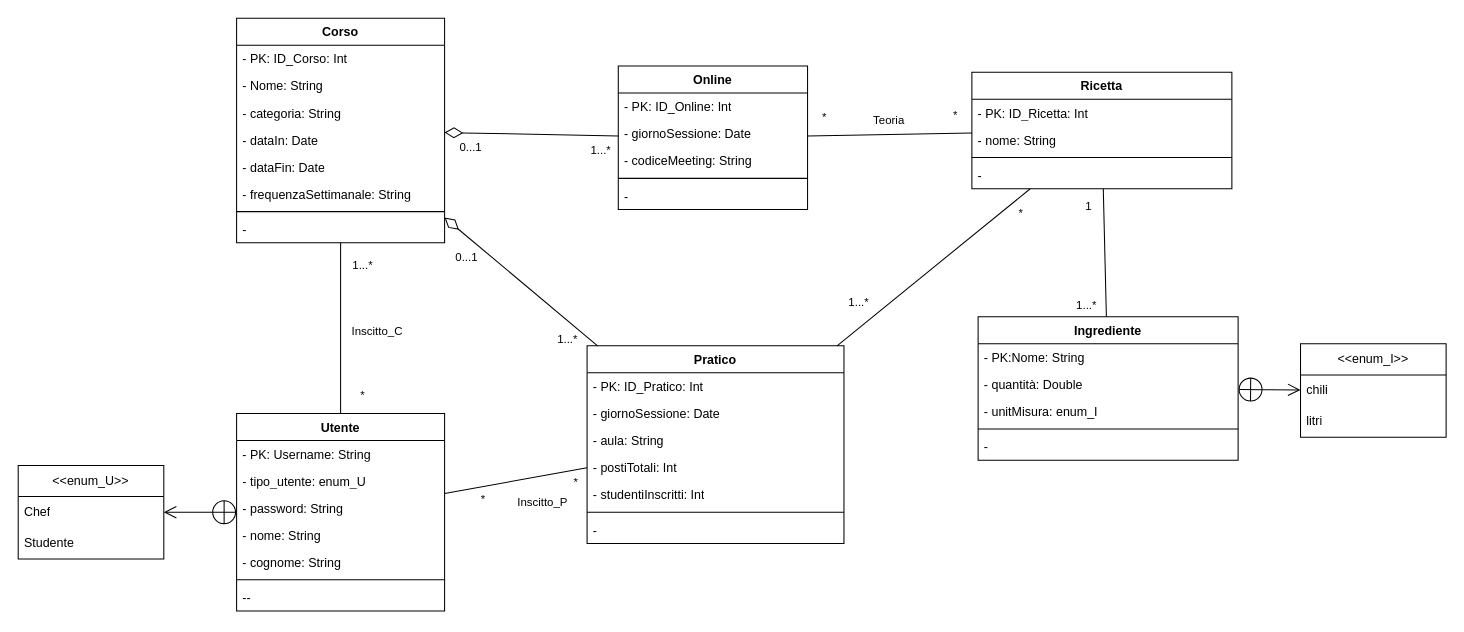
Above: page "umlRistrutturato" (3 of 4) of bdd/uml/UML1.drawio in MetisWastaken/UninaFoodLab (draw.io), before the change. Source tidied: cells renumbered, new cells numbered last; positions are measured from the earlier drawing's top-left corner, leaving out a move shared by most shapes. Both pictures are drawn from the tidied source at 104%, with x=0, y=0 at pixel (18, 18).
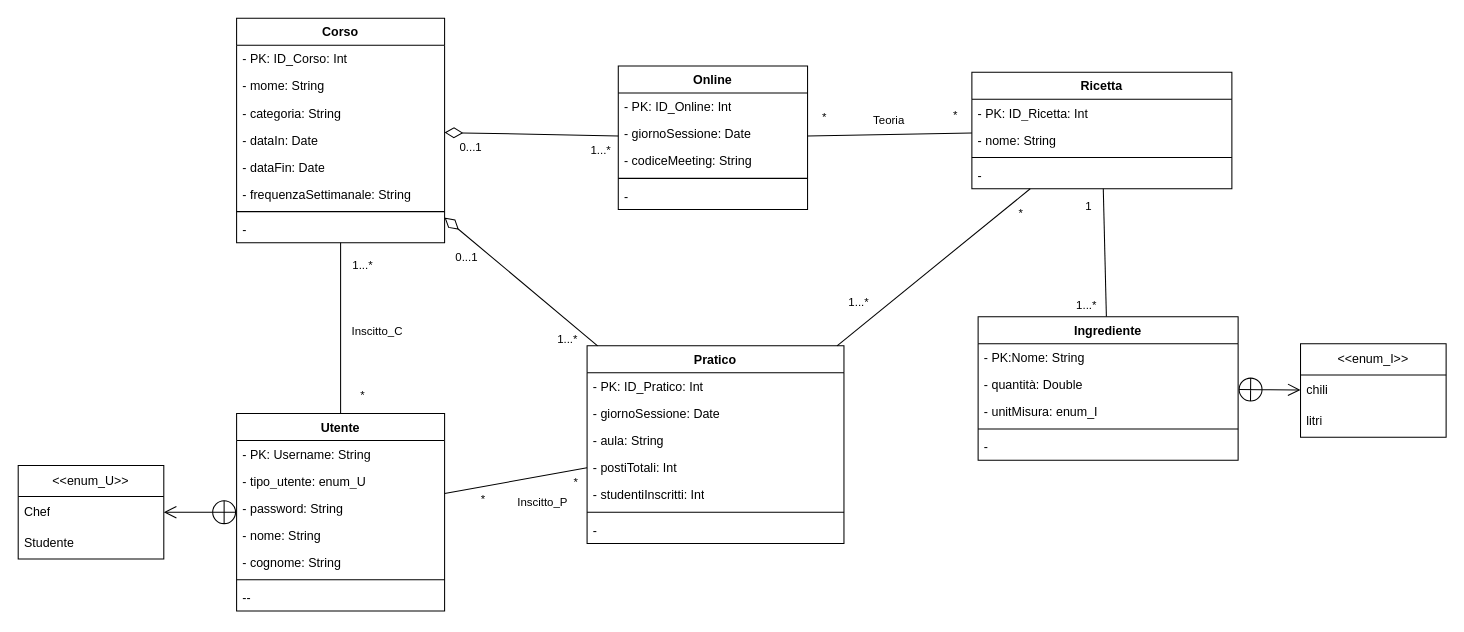
The same diagram, later.

Unchanged cells that the change refers to:
```xml
<mxCell id="2" value="Corso" style="swimlane;align=center;verticalAlign=top;horizontal=1;startSize=26;whiteSpace=wrap;html=1;" parent="1" vertex="1">
  <mxGeometry x="210" width="200" height="216" as="geometry" />
</mxCell>
```

Change to the diagram source:
```diff
@@
-    <mxCell id="4" value="- Nome: String" style="text;strokeColor=none;fillColor=none;align=left;verticalAlign=top;spacingLeft=4;spacingRight=4;overflow=hidden;whiteSpace=wrap;html=1;" parent="2" vertex="1">
+    <mxCell id="4" value="- mome: String" style="text;strokeColor=none;fillColor=none;align=left;verticalAlign=top;spacingLeft=4;spacingRight=4;overflow=hidden;whiteSpace=wrap;html=1;" parent="2" vertex="1">
       <mxGeometry y="52" width="200" height="26" as="geometry" />
     </mxCell>
```
